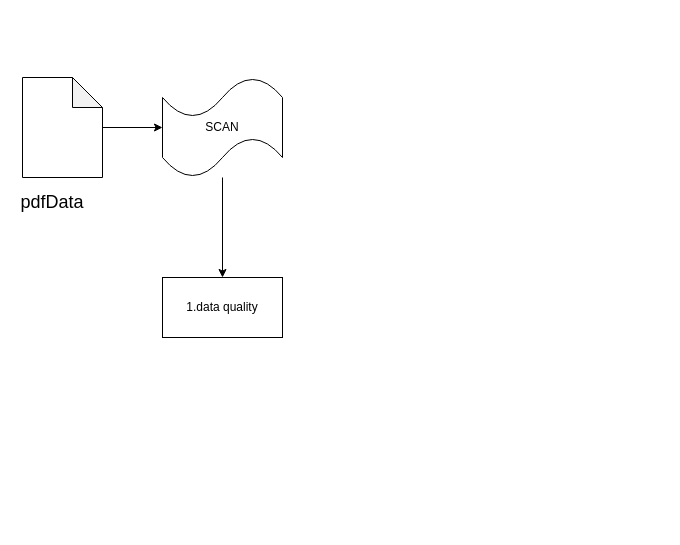
Above: ocr.drawio in Saiable/drawio (draw.io), before the change. Source tidied: cells renumbered, new cells numbered last; positions are measured from the earlier drawing's top-left corner, leaving out a move shared by most shapes. Both pictures are drawn from the tidied source at 100%, with x=0, y=0 at pixel (22, 77).
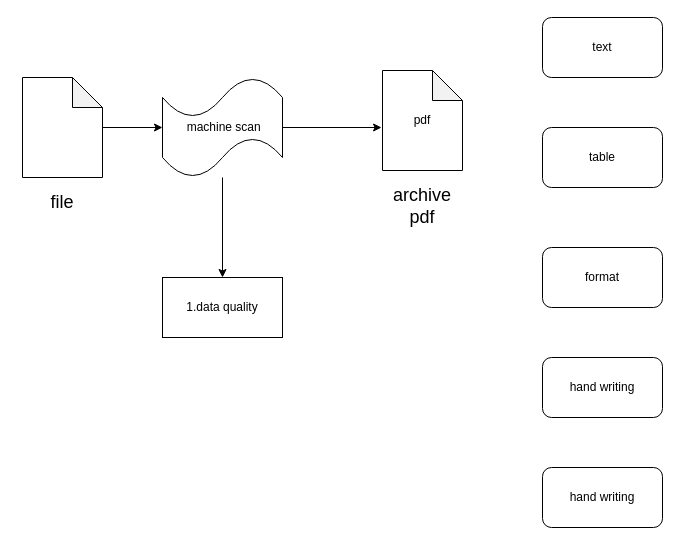
Above is the later version.

The edit, as a diff of the source:
```diff
@@
 <mxGraphModel>
   <root>
     <mxCell id="0" />
     <mxCell id="1" parent="0" />
     <mxCell id="2" style="edgeStyle=orthogonalEdgeStyle;rounded=0;jettySize=auto;html=1;" parent="1" edge="1" source="3" target="6">
       <mxGeometry relative="1" as="geometry" />
     </mxCell>
     <mxCell id="3" style="shape=note;whiteSpace=wrap;html=1;backgroundOutline=1;darkOpacity=0.05;" parent="1" vertex="1">
       <mxGeometry width="80" height="100" as="geometry" />
     </mxCell>
-    <mxCell id="4" value="&lt;font style=&quot;font-size: 18px;&quot;&gt;pdfData&lt;/font&gt;" style="text;html=1;strokeColor=none;fillColor=none;align=center;verticalAlign=middle;whiteSpace=wrap;rounded=0;" parent="1" vertex="1">
-      <mxGeometry y="110" width="60" height="30" as="geometry" />
+    <mxCell id="4" value="&lt;font style=&quot;font-size: 18px;&quot;&gt;file&lt;br&gt;&lt;/font&gt;" style="text;html=1;strokeColor=none;fillColor=none;align=center;verticalAlign=middle;whiteSpace=wrap;rounded=0;" parent="1" vertex="1">
+      <mxGeometry x="-5" y="110" width="90" height="30" as="geometry" />
     </mxCell>
     <mxCell id="5" style="edgeStyle=orthogonalEdgeStyle;rounded=0;jettySize=auto;html=1;" parent="1" edge="1" source="6" target="7">
       <mxGeometry relative="1" as="geometry" />
     </mxCell>
+    <mxCell id="8" style="edgeStyle=orthogonalEdgeStyle;rounded=0;jettySize=auto;html=1;exitX=1;exitY=0.5;exitDx=0;exitDy=0;exitPerimeter=0;entryX=-0.012;entryY=0.57;entryDx=0;entryDy=0;entryPerimeter=0;" parent="1" edge="1" source="6" target="9">
+      <mxGeometry relative="1" as="geometry" />
+    </mxCell>
-    <mxCell id="6" value="SCAN" style="shape=tape;whiteSpace=wrap;html=1;" parent="1" vertex="1">
+    <mxCell id="6" value="&amp;nbsp;machine scan" style="shape=tape;whiteSpace=wrap;html=1;" parent="1" vertex="1">
       <mxGeometry x="140" width="120" height="100" as="geometry" />
     </mxCell>
     <mxCell id="7" value="1.data quality" style="whiteSpace=wrap;html=1;" parent="1" vertex="1">
       <mxGeometry x="140" y="200" width="120" height="60" as="geometry" />
     </mxCell>
+    <mxCell id="9" value="pdf" style="shape=note;whiteSpace=wrap;html=1;backgroundOutline=1;darkOpacity=0.05;" parent="1" vertex="1">
+      <mxGeometry x="360" y="-7" width="80" height="100" as="geometry" />
+    </mxCell>
+    <mxCell id="10" value="&lt;font style=&quot;font-size: 18px;&quot;&gt;archive pdf&lt;br&gt;&lt;br&gt;&lt;/font&gt;" style="text;html=1;strokeColor=none;fillColor=none;align=center;verticalAlign=middle;whiteSpace=wrap;rounded=0;" parent="1" vertex="1">
+      <mxGeometry x="360" y="110" width="80" height="60" as="geometry" />
+    </mxCell>
+    <mxCell id="11" value="text" style="rounded=1;whiteSpace=wrap;html=1;" parent="1" vertex="1">
+      <mxGeometry x="520" y="-60" width="120" height="60" as="geometry" />
+    </mxCell>
+    <mxCell id="12" value="table" style="rounded=1;whiteSpace=wrap;html=1;" parent="1" vertex="1">
+      <mxGeometry x="520" y="50" width="120" height="60" as="geometry" />
+    </mxCell>
+    <mxCell id="13" value="format" style="rounded=1;whiteSpace=wrap;html=1;" parent="1" vertex="1">
+      <mxGeometry x="520" y="170" width="120" height="60" as="geometry" />
+    </mxCell>
+    <mxCell id="14" value="hand writing" style="rounded=1;whiteSpace=wrap;html=1;" parent="1" vertex="1">
+      <mxGeometry x="520" y="280" width="120" height="60" as="geometry" />
+    </mxCell>
+    <mxCell id="15" value="hand writing" style="rounded=1;whiteSpace=wrap;html=1;" parent="1" vertex="1">
+      <mxGeometry x="520" y="390" width="120" height="60" as="geometry" />
+    </mxCell>
   </root>
 </mxGraphModel>
```
